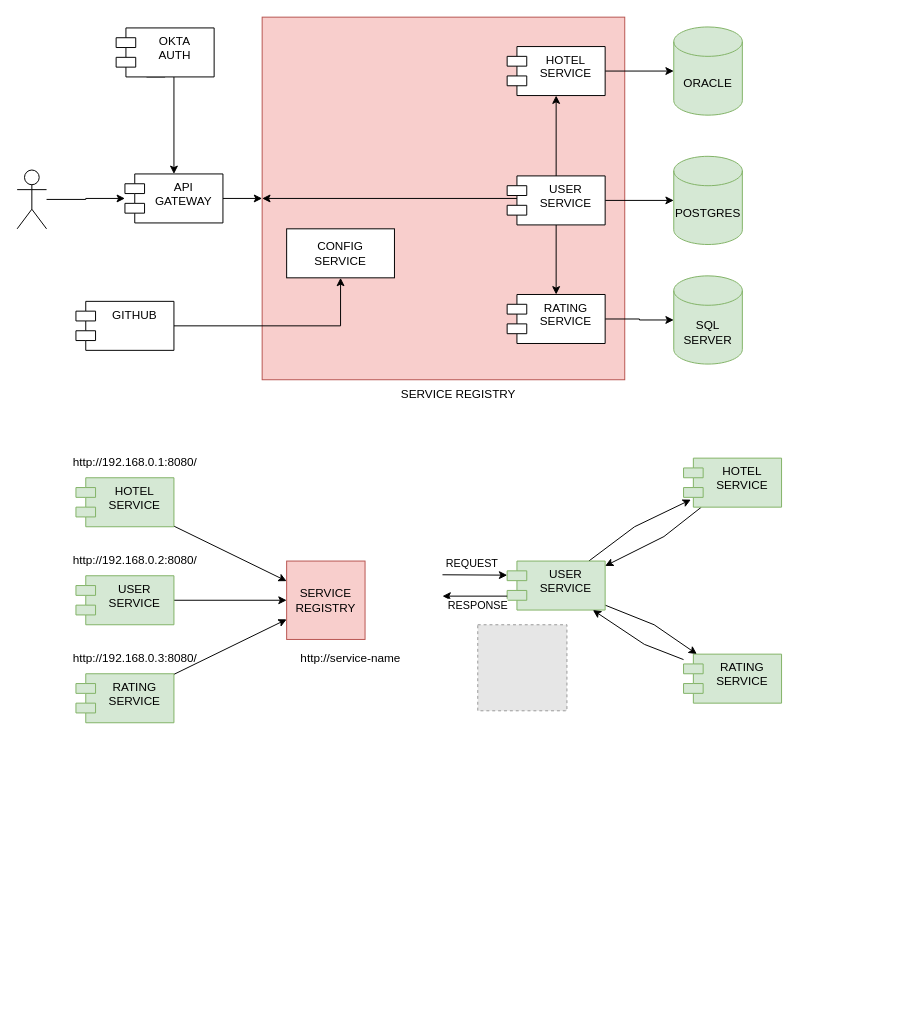
The draw.io diagram [microservice-hotel]high-level.drawio in alejovic/microservices-hotel, before the edit. Source tidied: cells renumbered, new cells numbered last; positions are measured from the earlier drawing's top-left corner, leaving out a move shared by most shapes. Both pictures are drawn from the tidied source at 98%, with x=0, y=0 at pixel (17, 17). Pictures stored in the file or linked from it are replaced by grey dashed boxes.
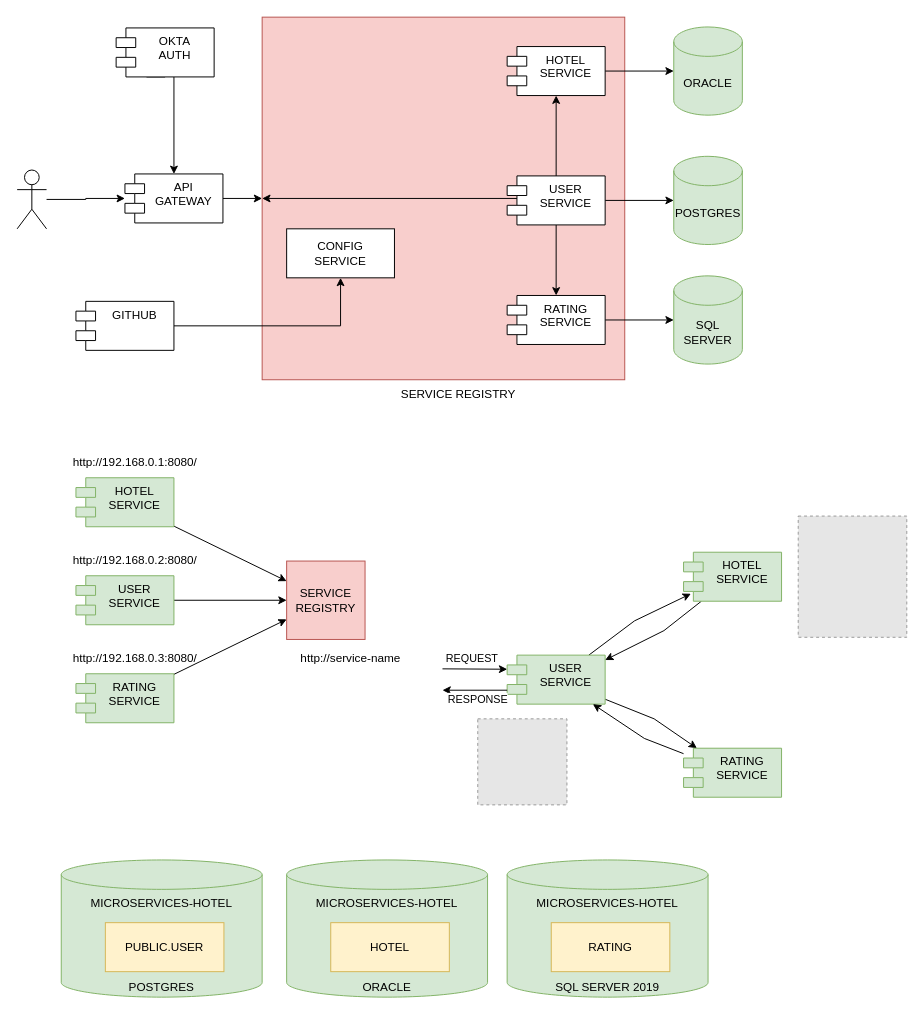
The same diagram, later.

Diff of the diagram source:
```diff
@@
     <mxCell id="14" value="RATING SERVICE" style="shape=module;align=left;spacingLeft=20;align=center;verticalAlign=top;whiteSpace=wrap;html=1;" parent="1" vertex="1">
-      <mxGeometry x="500" y="283" width="100" height="50" as="geometry" />
+      <mxGeometry x="500" y="284" width="100" height="50" as="geometry" />
     </mxCell>
@@
     <mxCell id="36" style="rounded=0;jettySize=auto;html=1;entryX=0.075;entryY=0.847;entryDx=0;entryDy=0;entryPerimeter=0;" parent="1" edge="1" source="38" target="40">
       <mxGeometry relative="1" as="geometry">
         <Array as="points">
-          <mxPoint x="630" y="520" />
+          <mxPoint x="630" y="616" />
         </Array>
       </mxGeometry>
     </mxCell>
     <mxCell id="37" style="rounded=0;jettySize=auto;html=1;" parent="1" edge="1" source="38" target="42">
       <mxGeometry relative="1" as="geometry">
         <Array as="points">
-          <mxPoint x="650" y="620" />
+          <mxPoint x="650" y="716" />
         </Array>
       </mxGeometry>
     </mxCell>
     <mxCell id="38" value="USER SERVICE" style="shape=module;align=left;spacingLeft=20;align=center;verticalAlign=top;whiteSpace=wrap;html=1;fillColor=#d5e8d4;strokeColor=#82b366;" parent="1" vertex="1">
-      <mxGeometry x="500" y="555" width="100" height="50" as="geometry" />
+      <mxGeometry x="500" y="651" width="100" height="50" as="geometry" />
     </mxCell>
     <mxCell id="39" style="rounded=0;jettySize=auto;html=1;" parent="1" edge="1" source="40">
       <mxGeometry relative="1" as="geometry">
-        <mxPoint x="600" y="560" as="targetPoint" />
+        <mxPoint x="600" y="656" as="targetPoint" />
         <Array as="points">
-          <mxPoint x="660" y="530" />
+          <mxPoint x="660" y="626" />
         </Array>
       </mxGeometry>
     </mxCell>
     <mxCell id="40" value="HOTEL SERVICE" style="shape=module;align=left;spacingLeft=20;align=center;verticalAlign=top;whiteSpace=wrap;html=1;fillColor=#d5e8d4;strokeColor=#82b366;" parent="1" vertex="1">
-      <mxGeometry x="680" y="450" width="100" height="50" as="geometry" />
+      <mxGeometry x="680" y="546" width="100" height="50" as="geometry" />
     </mxCell>
     <mxCell id="41" style="rounded=0;jettySize=auto;html=1;" parent="1" edge="1" source="42" target="38">
       <mxGeometry relative="1" as="geometry">
         <Array as="points">
-          <mxPoint x="640" y="640" />
+          <mxPoint x="640" y="736" />
         </Array>
       </mxGeometry>
     </mxCell>
     <mxCell id="42" value="RATING SERVICE" style="shape=module;align=left;spacingLeft=20;align=center;verticalAlign=top;whiteSpace=wrap;html=1;fillColor=#d5e8d4;strokeColor=#82b366;" parent="1" vertex="1">
-      <mxGeometry x="680" y="650" width="100" height="50" as="geometry" />
+      <mxGeometry x="680" y="746" width="100" height="50" as="geometry" />
     </mxCell>
     <mxCell id="43" style="endArrow=classic;html=1;rounded=0;entryX=0.061;entryY=0.347;entryDx=0;entryDy=0;entryPerimeter=0;" parent="1" edge="1">
       <mxGeometry relative="1" as="geometry">
-        <mxPoint x="434" y="569" as="sourcePoint" />
-        <mxPoint x="500.1" y="569.4" as="targetPoint" />
+        <mxPoint x="434" y="665" as="sourcePoint" />
+        <mxPoint x="500.1" y="665.4" as="targetPoint" />
       </mxGeometry>
     </mxCell>
@@
     <mxCell id="45" value="RESPONSE" style="endArrow=none;html=1;rounded=0;entryX=0.061;entryY=0.347;entryDx=0;entryDy=0;entryPerimeter=0;startArrow=classic;startFill=1;endFill=0;" parent="1" edge="1">
       <mxGeometry x="0.09" y="-9" relative="1" as="geometry">
-        <mxPoint x="434" y="590.8" as="sourcePoint" />
-        <mxPoint x="500" y="590.8" as="targetPoint" />
+        <mxPoint x="434" y="686.8" as="sourcePoint" />
+        <mxPoint x="500" y="686.8" as="targetPoint" />
       </mxGeometry>
     </mxCell>
     <mxCell id="46" style="fillColor=#E6E6E6;strokeColor=#999999;dashed=1;verticalLabelPosition=bottom;labelBackgroundColor=default;verticalAlign=top;" parent="1" vertex="1">
-      <mxGeometry x="470" y="620" width="91" height="87.8" as="geometry" />
+      <mxGeometry x="470" y="716" width="91" height="87.8" as="geometry" />
     </mxCell>
+    <mxCell id="47" style="fillColor=#E6E6E6;strokeColor=#999999;dashed=1;verticalLabelPosition=bottom;labelBackgroundColor=default;verticalAlign=top;" parent="1" vertex="1">
+      <mxGeometry x="797" y="509.1" width="110.8" height="123.7" as="geometry" />
+    </mxCell>
+    <mxCell id="48" value="MICROSERVICES-HOTEL&lt;br&gt;&lt;br&gt;&lt;br&gt;&lt;br&gt;&lt;br&gt;&lt;br&gt;POSTGRES" style="shape=cylinder3;whiteSpace=wrap;html=1;boundedLbl=1;backgroundOutline=1;size=15;fillColor=#d5e8d4;strokeColor=#82b366;verticalAlign=top;" parent="1" vertex="1">
+      <mxGeometry x="45" y="860" width="205" height="140" as="geometry" />
+    </mxCell>
+    <mxCell id="49" value="PUBLIC.USER" style="rounded=0;whiteSpace=wrap;html=1;fillColor=#fff2cc;strokeColor=#d6b656;" parent="1" vertex="1">
+      <mxGeometry x="90" y="924" width="121" height="50" as="geometry" />
+    </mxCell>
+    <mxCell id="50" value="MICROSERVICES-HOTEL&lt;br&gt;&lt;br&gt;&lt;br&gt;&lt;br&gt;&lt;br&gt;&lt;br&gt;ORACLE" style="shape=cylinder3;whiteSpace=wrap;html=1;boundedLbl=1;backgroundOutline=1;size=15;fillColor=#d5e8d4;strokeColor=#82b366;verticalAlign=top;" parent="1" vertex="1">
+      <mxGeometry x="275" y="860" width="205" height="140" as="geometry" />
+    </mxCell>
+    <mxCell id="51" value="HOTEL" style="rounded=0;whiteSpace=wrap;html=1;fillColor=#fff2cc;strokeColor=#d6b656;" parent="1" vertex="1">
+      <mxGeometry x="320" y="924" width="121" height="50" as="geometry" />
+    </mxCell>
+    <mxCell id="52" value="MICROSERVICES-HOTEL&lt;br&gt;&lt;br&gt;&lt;br&gt;&lt;br&gt;&lt;br&gt;&lt;br&gt;SQL SERVER 2019" style="shape=cylinder3;whiteSpace=wrap;html=1;boundedLbl=1;backgroundOutline=1;size=15;fillColor=#d5e8d4;strokeColor=#82b366;verticalAlign=top;" parent="1" vertex="1">
+      <mxGeometry x="500" y="860" width="205" height="140" as="geometry" />
+    </mxCell>
+    <mxCell id="53" value="RATING" style="rounded=0;whiteSpace=wrap;html=1;fillColor=#fff2cc;strokeColor=#d6b656;" parent="1" vertex="1">
+      <mxGeometry x="545" y="924" width="121" height="50" as="geometry" />
+    </mxCell>
```
